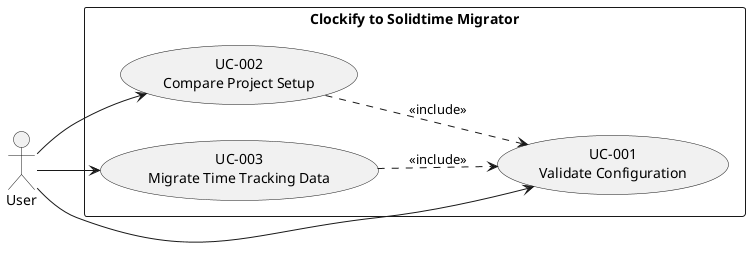
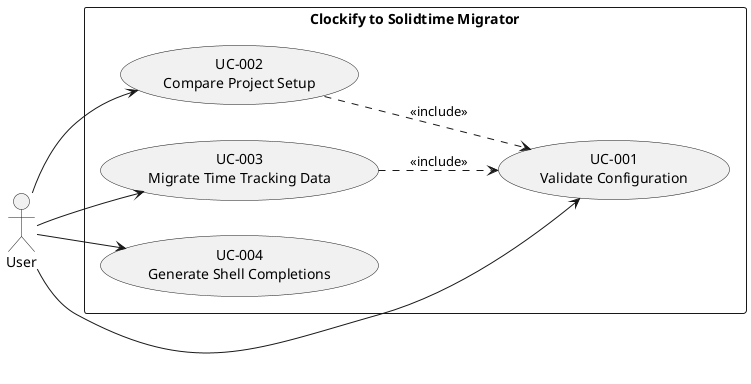
@startuml Use Cases Overview
left to right direction

actor "User" as user

rectangle "Clockify to Solidtime Migrator" {
    usecase "UC-001\nValidate Configuration" as UC001
    usecase "UC-002\nCompare Project Setup" as UC002
    usecase "UC-003\nMigrate Time Tracking Data" as UC003
+     usecase "UC-004\nGenerate Shell Completions" as UC004
}

user --> UC001
user --> UC002
user --> UC003
+ user --> UC004

UC002 ..> UC001 : <<include>>
UC003 ..> UC001 : <<include>>

@enduml
